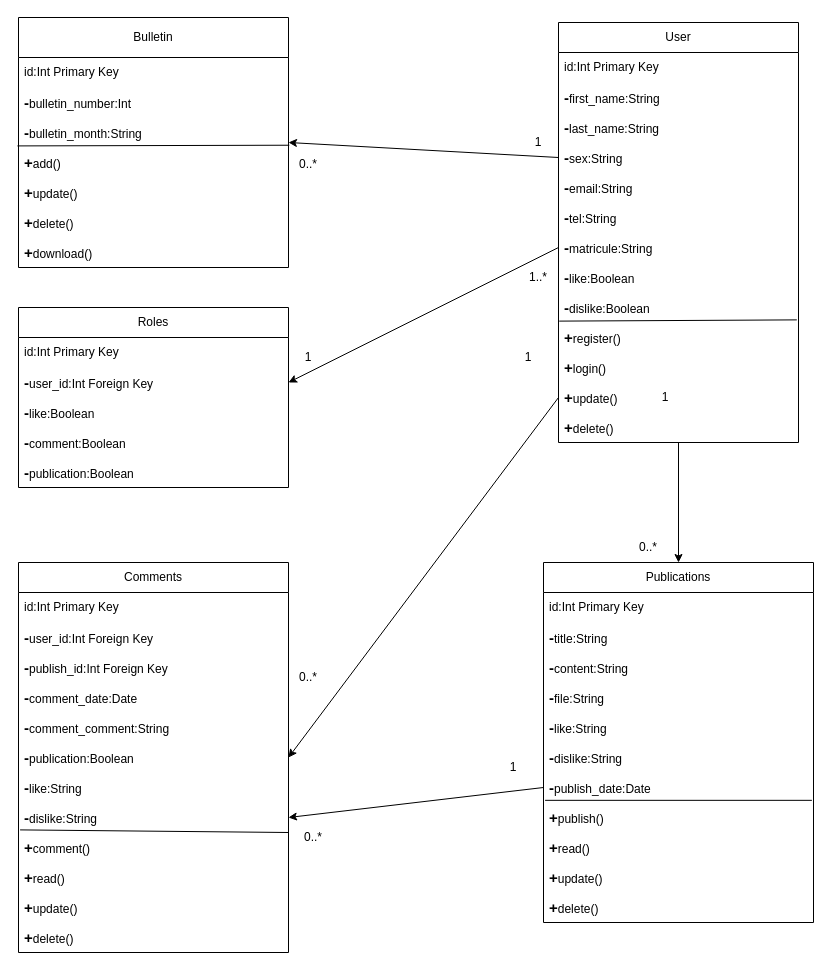
Before: Bons/classe.drawio in Ahmadcodingalx/diagrammes, a draw.io diagram. Source tidied: cells renumbered, new cells numbered last; positions are measured from the earlier drawing's top-left corner, leaving out a move shared by most shapes. Both pictures are drawn from the tidied source at 100%, with x=0, y=0 at pixel (18, 17).
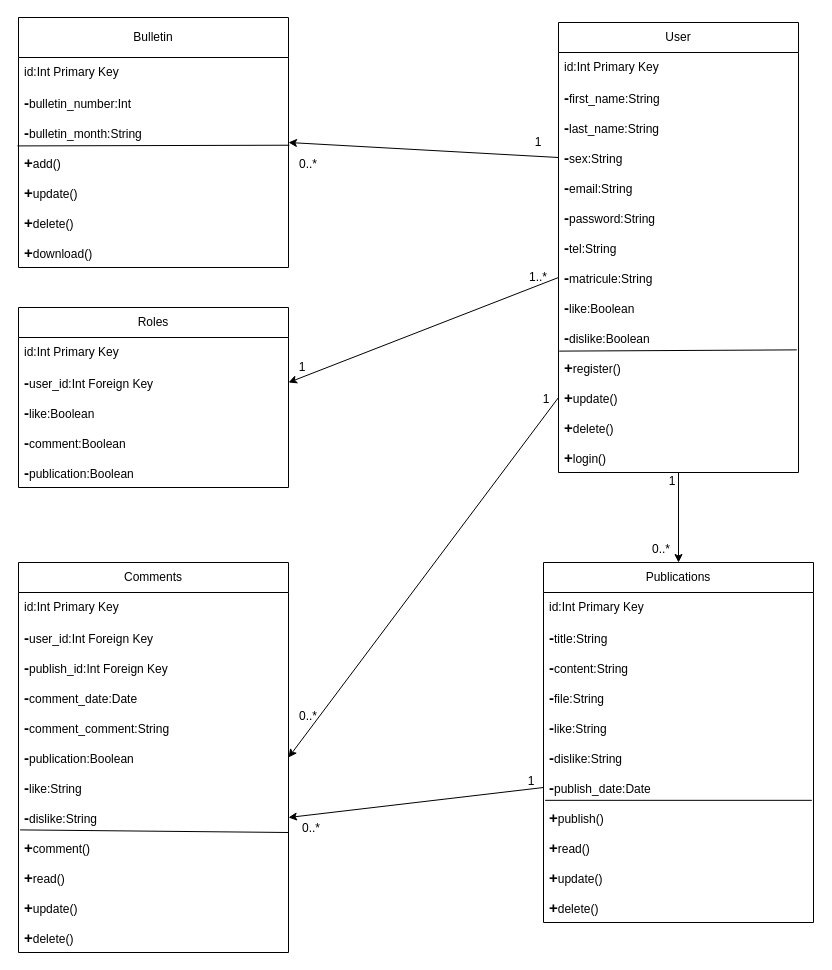
Above is the later version.

What changed in the source:
```diff
@@
     <mxCell id="2" value="User" style="swimlane;fontStyle=0;horizontal=1;startSize=30;whiteSpace=wrap;html=1;" parent="1" vertex="1">
-      <mxGeometry x="540" y="5" width="240" height="420" as="geometry" />
+      <mxGeometry x="540" y="5" width="240" height="450" as="geometry" />
     </mxCell>
@@
+    <mxCell id="74" value="&lt;b&gt;&lt;font style=&quot;font-size: 15px;&quot;&gt;-&lt;/font&gt;&lt;/b&gt;password:String" style="text;strokeColor=none;fillColor=none;align=left;verticalAlign=middle;spacingLeft=4;spacingRight=4;overflow=hidden;whiteSpace=wrap;html=1;" parent="2" vertex="1">
+      <mxGeometry y="180" width="240" height="30" as="geometry" />
+    </mxCell>
     <mxCell id="8" value="&lt;b&gt;&lt;font style=&quot;font-size: 15px;&quot;&gt;-&lt;/font&gt;&lt;/b&gt;tel:String" style="text;strokeColor=none;fillColor=none;align=left;verticalAlign=middle;spacingLeft=4;spacingRight=4;overflow=hidden;whiteSpace=wrap;html=1;" parent="2" vertex="1">
-      <mxGeometry y="180" width="240" height="30" as="geometry" />
+      <mxGeometry y="210" width="240" height="30" as="geometry" />
     </mxCell>
     <mxCell id="9" value="&lt;b&gt;&lt;font style=&quot;font-size: 15px;&quot;&gt;-&lt;/font&gt;&lt;/b&gt;matricule:String" style="text;strokeColor=none;fillColor=none;align=left;verticalAlign=middle;spacingLeft=4;spacingRight=4;overflow=hidden;points=[[0,0.5],[1,0.5]];portConstraint=eastwest;whiteSpace=wrap;html=1;" parent="2" vertex="1">
-      <mxGeometry y="210" width="240" height="30" as="geometry" />
+      <mxGeometry y="240" width="240" height="30" as="geometry" />
     </mxCell>
     <mxCell id="10" value="&lt;b&gt;&lt;font style=&quot;font-size: 15px;&quot;&gt;-&lt;/font&gt;&lt;/b&gt;like:Boolean" style="text;strokeColor=none;fillColor=none;align=left;verticalAlign=middle;spacingLeft=4;spacingRight=4;overflow=hidden;whiteSpace=wrap;html=1;" parent="2" vertex="1">
-      <mxGeometry y="240" width="240" height="30" as="geometry" />
+      <mxGeometry y="270" width="240" height="30" as="geometry" />
     </mxCell>
     <mxCell id="11" value="&lt;b&gt;&lt;font style=&quot;font-size: 15px;&quot;&gt;-&lt;/font&gt;&lt;/b&gt;dislike:Boolean" style="text;strokeColor=none;fillColor=none;align=left;verticalAlign=middle;spacingLeft=4;spacingRight=4;overflow=hidden;whiteSpace=wrap;html=1;" parent="2" vertex="1">
-      <mxGeometry y="270" width="240" height="30" as="geometry" />
+      <mxGeometry y="300" width="240" height="30" as="geometry" />
     </mxCell>
     <mxCell id="12" value="&lt;b&gt;&lt;font style=&quot;font-size: 15px;&quot;&gt;+&lt;/font&gt;&lt;/b&gt;register()" style="text;strokeColor=none;fillColor=none;align=left;verticalAlign=middle;spacingLeft=4;spacingRight=4;overflow=hidden;points=[[0,0.5],[1,0.5]];portConstraint=eastwest;whiteSpace=wrap;html=1;" parent="2" vertex="1">
-      <mxGeometry y="300" width="240" height="30" as="geometry" />
+      <mxGeometry y="330" width="240" height="30" as="geometry" />
     </mxCell>
-    <mxCell id="13" value="&lt;b&gt;&lt;font style=&quot;font-size: 15px;&quot;&gt;+&lt;/font&gt;&lt;/b&gt;login()" style="text;strokeColor=none;fillColor=none;align=left;verticalAlign=middle;spacingLeft=4;spacingRight=4;overflow=hidden;whiteSpace=wrap;html=1;" parent="2" vertex="1">
-      <mxGeometry y="330" width="240" height="30" as="geometry" />
-    </mxCell>
@@
+    <mxCell id="13" value="&lt;b&gt;&lt;font style=&quot;font-size: 15px;&quot;&gt;+&lt;/font&gt;&lt;/b&gt;login()" style="text;strokeColor=none;fillColor=none;align=left;verticalAlign=middle;spacingLeft=4;spacingRight=4;overflow=hidden;whiteSpace=wrap;html=1;" parent="2" vertex="1">
+      <mxGeometry y="420" width="240" height="30" as="geometry" />
+    </mxCell>
@@
     <mxCell id="43" value="1" style="text;html=1;strokeColor=none;fillColor=none;align=center;verticalAlign=middle;whiteSpace=wrap;rounded=0;" parent="1" vertex="1">
-      <mxGeometry x="617" y="365" width="60" height="30" as="geometry" />
+      <mxGeometry x="624" y="449" width="60" height="30" as="geometry" />
     </mxCell>
     <mxCell id="44" value="0..*" style="text;html=1;strokeColor=none;fillColor=none;align=center;verticalAlign=middle;whiteSpace=wrap;rounded=0;" parent="1" vertex="1">
-      <mxGeometry x="600" y="515" width="60" height="30" as="geometry" />
+      <mxGeometry x="613" y="517" width="60" height="30" as="geometry" />
     </mxCell>
@@
     <mxCell id="66" value="1" style="text;html=1;strokeColor=none;fillColor=none;align=center;verticalAlign=middle;whiteSpace=wrap;rounded=0;" parent="1" vertex="1">
-      <mxGeometry x="260" y="325" width="60" height="30" as="geometry" />
+      <mxGeometry x="254" y="335" width="60" height="30" as="geometry" />
     </mxCell>
@@
     <mxCell id="69" value="0..*" style="text;html=1;strokeColor=none;fillColor=none;align=center;verticalAlign=middle;whiteSpace=wrap;rounded=0;" parent="1" vertex="1">
-      <mxGeometry x="260" y="645" width="60" height="30" as="geometry" />
+      <mxGeometry x="260" y="684" width="60" height="30" as="geometry" />
     </mxCell>
     <mxCell id="70" value="1" style="text;html=1;strokeColor=none;fillColor=none;align=center;verticalAlign=middle;whiteSpace=wrap;rounded=0;" parent="1" vertex="1">
-      <mxGeometry x="480" y="325" width="60" height="30" as="geometry" />
+      <mxGeometry x="498" y="367" width="60" height="30" as="geometry" />
     </mxCell>
@@
     <mxCell id="72" value="0..*" style="text;html=1;strokeColor=none;fillColor=none;align=center;verticalAlign=middle;whiteSpace=wrap;rounded=0;" parent="1" vertex="1">
-      <mxGeometry x="265" y="805" width="60" height="30" as="geometry" />
+      <mxGeometry x="263" y="796" width="60" height="30" as="geometry" />
     </mxCell>
     <mxCell id="73" value="1" style="text;html=1;strokeColor=none;fillColor=none;align=center;verticalAlign=middle;whiteSpace=wrap;rounded=0;" parent="1" vertex="1">
-      <mxGeometry x="465" y="735" width="60" height="30" as="geometry" />
+      <mxGeometry x="483" y="749" width="60" height="30" as="geometry" />
     </mxCell>
```
